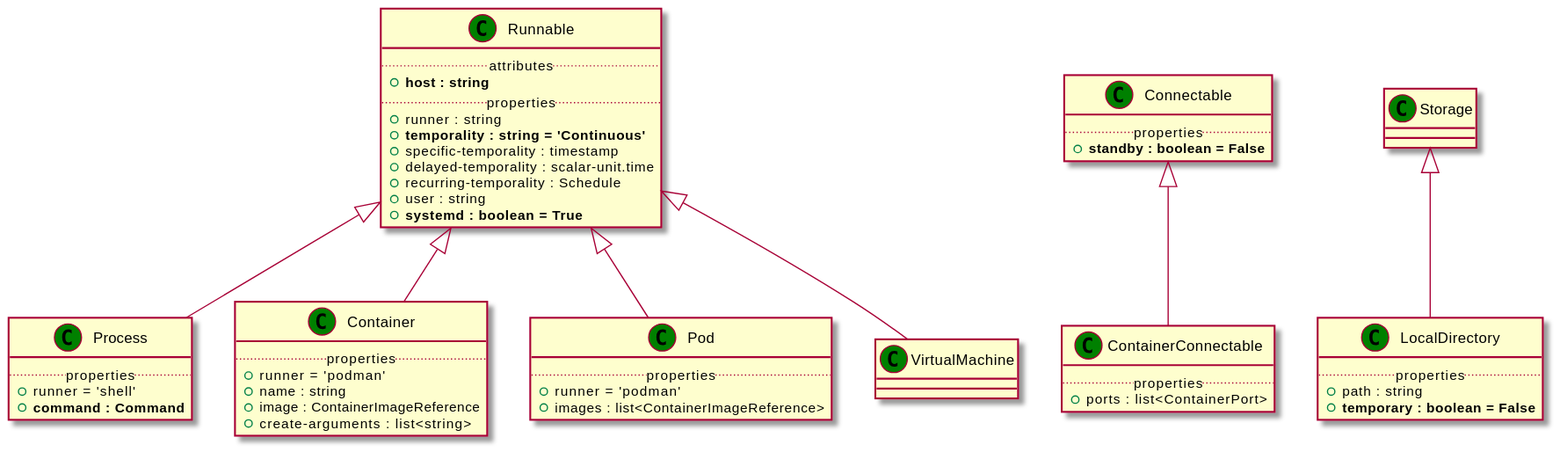
Orange-OpenSource/Cloudnet-TOSCA-toolbox keeps this PlantUML diagram as examples/Khutulun/diagrams/uml2/capabilities-uml2-class-diagram.svg. Above is the earlier version.
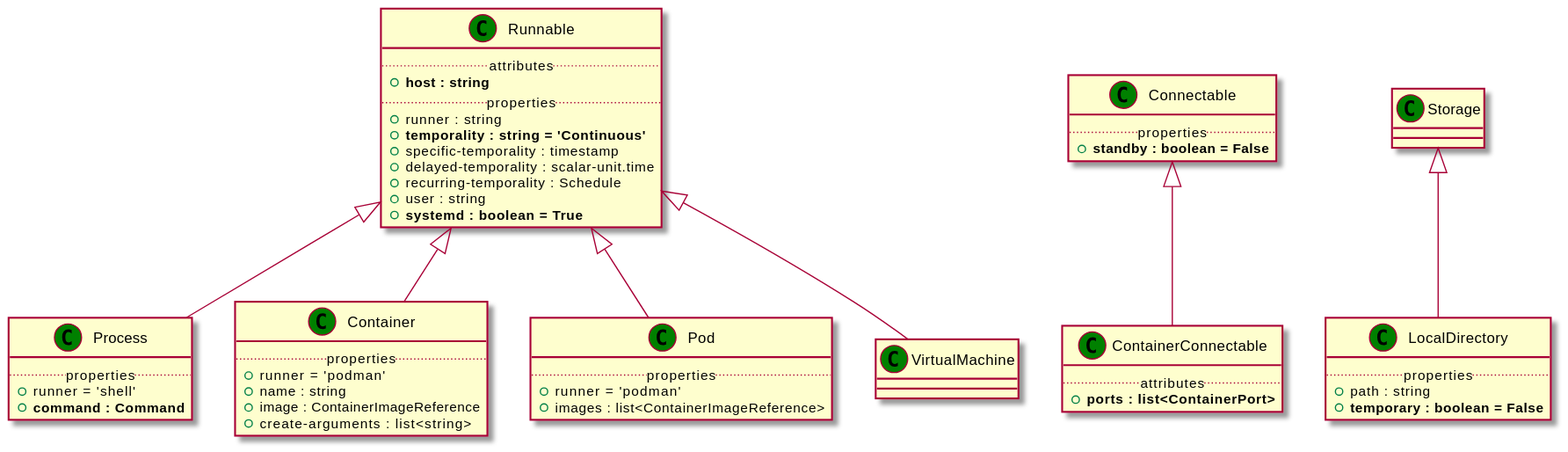
The same file after the commit.

What changed in the source:
```diff
@@ -38,8 +38,8 @@
 class "VirtualMachine" as VirtualMachine_CT << (C,green) >> {
 }
 class "ContainerConnectable" as ContainerConnectable_CT << (C,green) >> {
-.. properties ..
-+ports : list<ContainerPort>
+.. attributes ..
++<b>ports : list<ContainerPort>
 }
 class "LocalDirectory" as LocalDirectory_CT << (C,green) >> {
 .. properties ..
```
